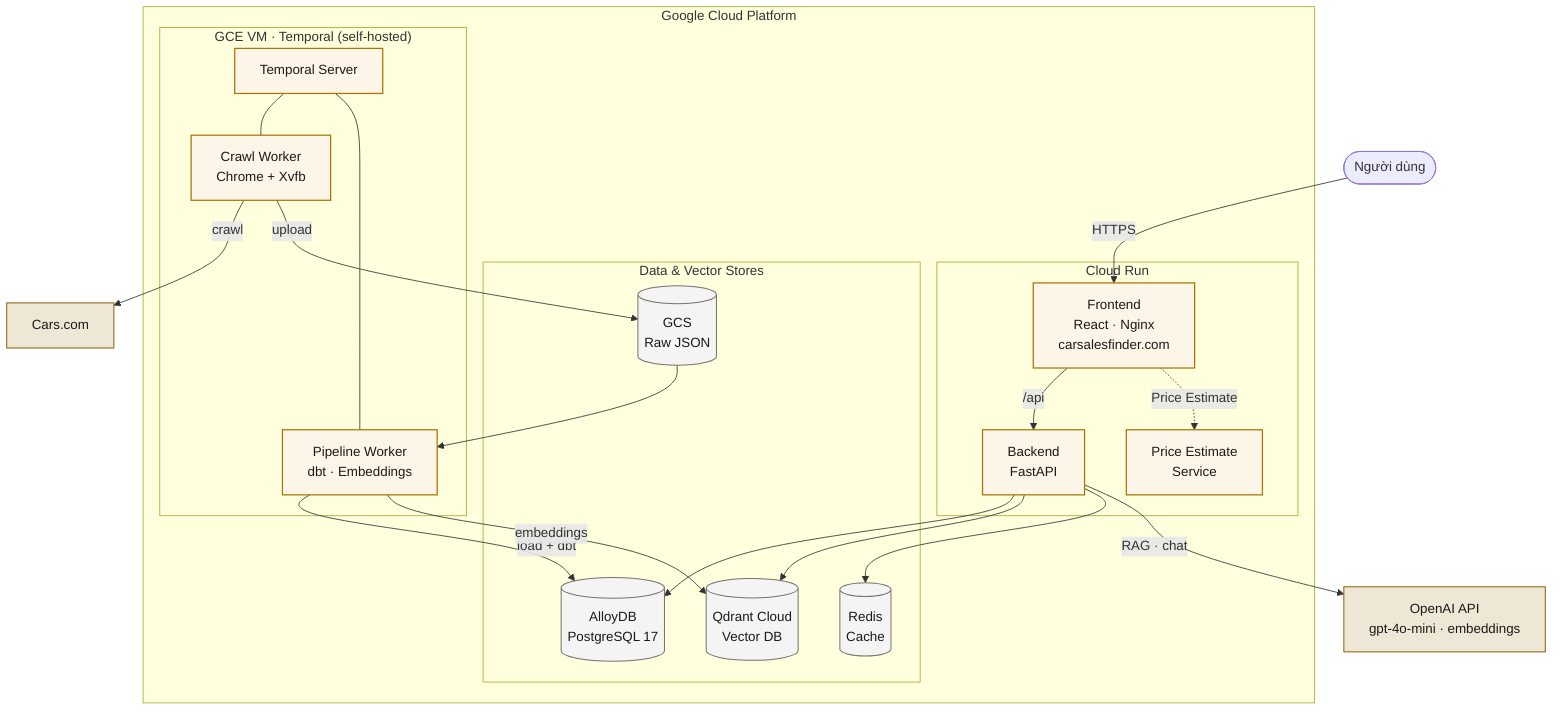
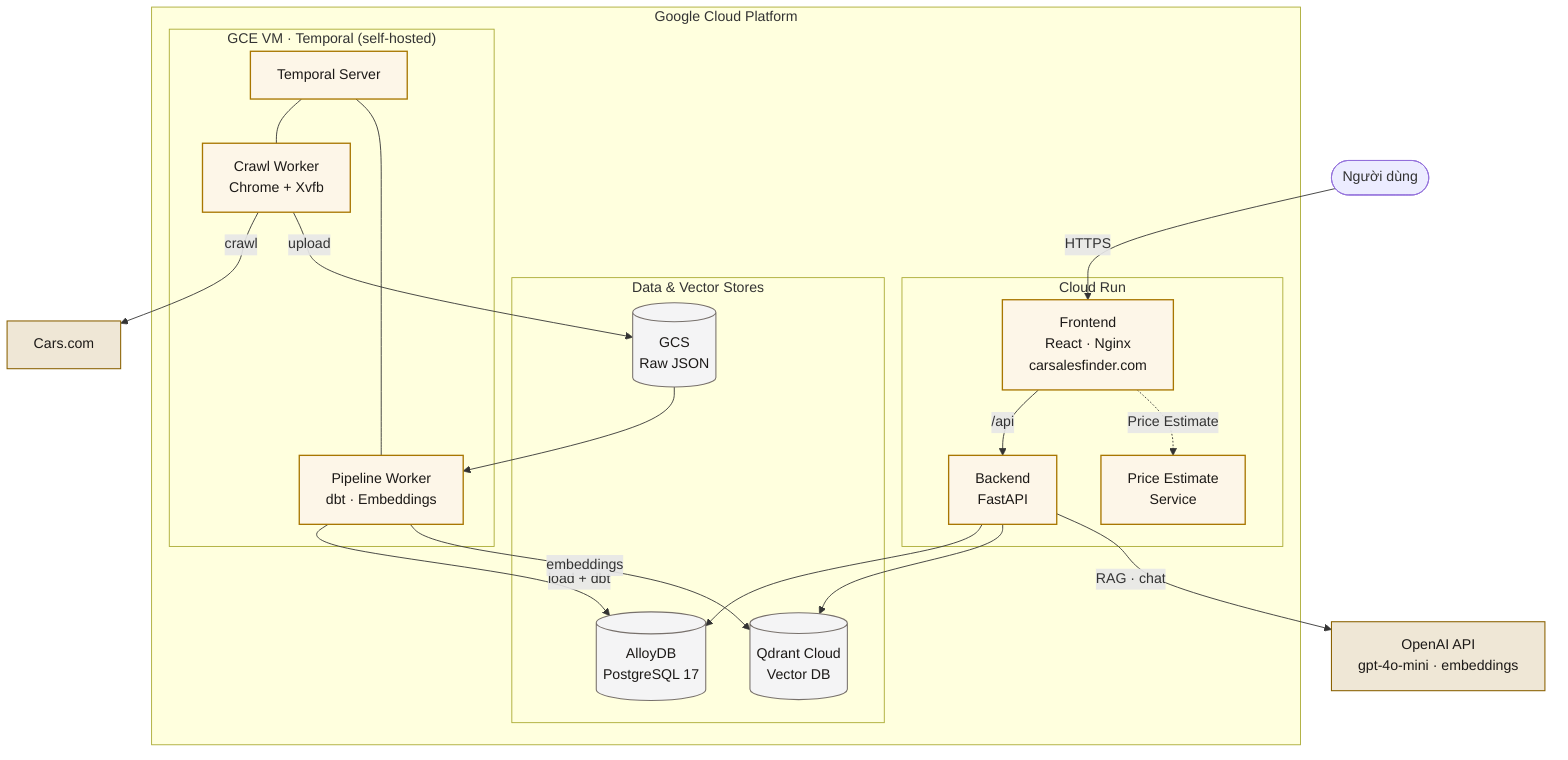
flowchart TB
  user([Người dùng])

  subgraph GCP["Google Cloud Platform"]
    subgraph run["Cloud Run"]
      fe["Frontend<br/>React · Nginx<br/>carsalesfinder.com"]
      be["Backend<br/>FastAPI"]
      pe["Price Estimate<br/>Service"]
    end
    subgraph data["Data & Vector Stores"]
      db[("AlloyDB<br/>PostgreSQL 17")]
      qd[("Qdrant Cloud<br/>Vector DB")]
-       rd[("Redis<br/>Cache")]
      gcs[("GCS<br/>Raw JSON")]
    end
    subgraph vm["GCE VM · Temporal (self-hosted)"]
      tmp["Temporal Server"]
      cw["Crawl Worker<br/>Chrome + Xvfb"]
      pw["Pipeline Worker<br/>dbt · Embeddings"]
    end
  end

  ext["OpenAI API<br/>gpt-4o-mini · embeddings"]
  cars["Cars.com"]

  user -->|HTTPS| fe
  fe -->|/api| be
  fe -.->|Price Estimate| pe
  be --> db
  be --> qd
-   be --> rd
  be -->|RAG · chat| ext

  cw -->|crawl| cars
  cw -->|upload| gcs
  tmp --- cw
  tmp --- pw
  pw -->|load + dbt| db
  pw -->|embeddings| qd
  gcs --> pw

  classDef svc fill:#FDF6E8,stroke:#A87601,stroke-width:1.5px,color:#1c1917;
  classDef store fill:#F4F4F5,stroke:#78716c,stroke-width:1.2px,color:#1c1917;
  classDef ext fill:#efe7d6,stroke:#8a6100,stroke-width:1.2px,color:#1c1917;
  class fe,be,pe,tmp,cw,pw svc;
-   class db,qd,rd,gcs store;
+   class db,qd,gcs store;
  class ext,cars ext;
